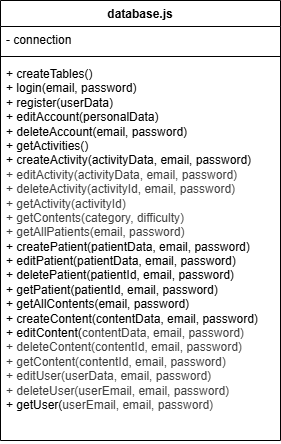
Fix-22/rehabrain-web keeps this draw.io diagram as docs/UML/rehabrain_componenti_server.png. Above is the earlier version. Source tidied: cells renumbered, new cells last; positions are measured from the earlier drawing's top-left corner, leaving out a move shared by most shapes.
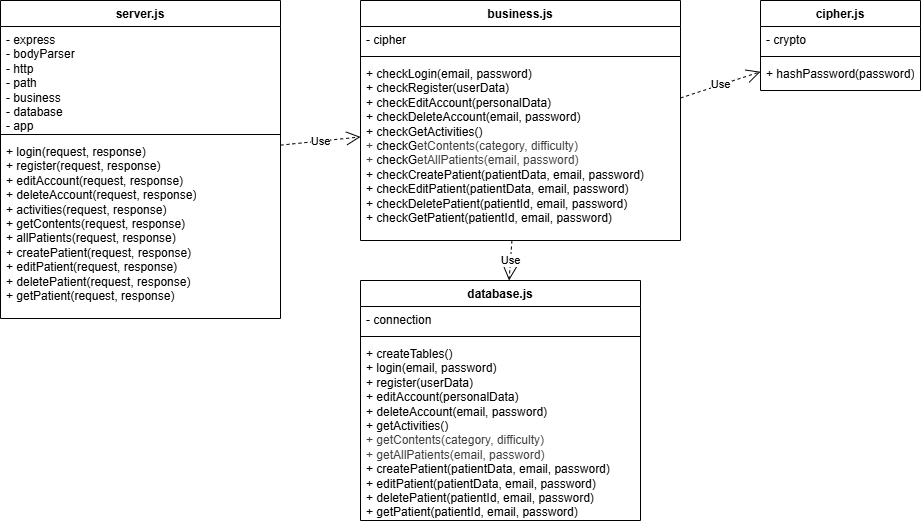
Above is the later version.

The edit, as a diff of the source:
```diff
@@ -3,7 +3,7 @@
     <mxCell id="0" />
     <mxCell id="1" parent="0" />
     <mxCell id="2" value="database.js" style="swimlane;fontStyle=1;align=center;verticalAlign=top;horizontal=1;startSize=26;whiteSpace=wrap;html=1;" parent="1" vertex="1">
-      <mxGeometry width="280" height="440" as="geometry" />
+      <mxGeometry width="280" height="240" as="geometry" />
     </mxCell>
     <mxCell id="3" value="- connection" style="text;strokeColor=none;fillColor=none;align=left;verticalAlign=top;spacingLeft=4;spacingRight=4;overflow=hidden;whiteSpace=wrap;html=1;" parent="2" vertex="1">
       <mxGeometry y="26" width="280" height="26" as="geometry" />
@@ -11,8 +11,53 @@
     <mxCell id="4" style="line;strokeWidth=1;fillColor=none;align=left;verticalAlign=middle;spacingTop=-1;spacingLeft=3;spacingRight=3;labelPosition=right;strokeColor=inherit;" parent="2" vertex="1">
       <mxGeometry y="52" width="280" height="8" as="geometry" />
     </mxCell>
-    <mxCell id="5" value="+ createTables()&lt;div&gt;+ login(email, password)&lt;/div&gt;&lt;div&gt;+ register(userData)&lt;/div&gt;&lt;div&gt;+ editAccount(personalData)&lt;/div&gt;&lt;div&gt;+ deleteAccount(email, password)&lt;/div&gt;&lt;div&gt;+ getActivities()&lt;/div&gt;&lt;div&gt;+ createActivity(activityData, email, password)&lt;/div&gt;&lt;div&gt;&lt;span style=&quot;color: rgb(63, 63, 63);&quot;&gt;+ editActivity(activityData, email, password)&lt;/span&gt;&lt;/div&gt;&lt;div&gt;&lt;span style=&quot;color: rgb(63, 63, 63);&quot;&gt;+ deleteActivity(activityId, email, password)&lt;/span&gt;&lt;/div&gt;&lt;div&gt;&lt;span style=&quot;color: rgb(63, 63, 63);&quot;&gt;+ getActivity(activityId)&lt;/span&gt;&lt;/div&gt;&lt;div&gt;&lt;span style=&quot;color: rgb(63, 63, 63);&quot;&gt;+ getContents(category, difficulty)&lt;/span&gt;&lt;/div&gt;&lt;div&gt;&lt;span style=&quot;color: rgb(63, 63, 63);&quot;&gt;+ getAllPatients(email, password)&lt;/span&gt;&lt;/div&gt;&lt;div&gt;+ createPatient(patientData, email, password)&lt;/div&gt;&lt;div&gt;+ editPatient(patientData, email, password)&lt;/div&gt;&lt;div&gt;+ deletePatient(patientId, email, password)&lt;/div&gt;&lt;div&gt;+ getPatient(patientId, email, password)&lt;/div&gt;&lt;div&gt;+ getAllContents(email, password)&lt;/div&gt;&lt;div&gt;+ createContent(contentData, email, password)&lt;/div&gt;&lt;div&gt;+ editContent(&lt;span style=&quot;color: rgb(63, 63, 63); background-color: transparent;&quot;&gt;contentData, email, password)&lt;/span&gt;&lt;/div&gt;&lt;div&gt;&lt;span style=&quot;color: rgb(63, 63, 63); background-color: transparent;&quot;&gt;+ deleteContent(contentId, email, password)&lt;/span&gt;&lt;/div&gt;&lt;div&gt;&lt;span style=&quot;color: rgb(63, 63, 63); background-color: transparent;&quot;&gt;+ getContent(contentId, email, password)&lt;/span&gt;&lt;/div&gt;&lt;div&gt;&lt;span style=&quot;color: rgb(63, 63, 63); background-color: transparent;&quot;&gt;+ editUser(userData, email, password)&lt;/span&gt;&lt;/div&gt;&lt;div&gt;&lt;span style=&quot;color: rgb(63, 63, 63); background-color: transparent;&quot;&gt;+ deleteUser(userEmail, email, password)&lt;/span&gt;&lt;/div&gt;&lt;div&gt;+ getUser(&lt;span style=&quot;color: rgb(63, 63, 63); background-color: transparent;&quot;&gt;userEmail, email, password)&lt;/span&gt;&lt;/div&gt;" style="text;strokeColor=none;fillColor=none;align=left;verticalAlign=top;spacingLeft=4;spacingRight=4;overflow=hidden;whiteSpace=wrap;html=1;" parent="2" vertex="1">
-      <mxGeometry y="60" width="280" height="380" as="geometry" />
-    </mxCell>
+    <mxCell id="6" value="+ createTables()&lt;div&gt;&lt;div&gt;+ login(email, password)&lt;/div&gt;&lt;div&gt;+ register(userData)&lt;/div&gt;&lt;div&gt;+ editAccount(personalData)&lt;/div&gt;&lt;div&gt;+ deleteAccount(email, password)&lt;/div&gt;&lt;div&gt;+ getActivities()&lt;/div&gt;&lt;div&gt;&lt;span style=&quot;color: rgb(63, 63, 63);&quot;&gt;+ getContents(category, difficulty)&lt;/span&gt;&lt;/div&gt;&lt;div&gt;&lt;span style=&quot;color: rgb(63, 63, 63);&quot;&gt;+ getAllPatients(email, password)&lt;/span&gt;&lt;/div&gt;&lt;div&gt;+ createPatient(patientData, email, password)&lt;/div&gt;&lt;div&gt;+ editPatient(patientData, email, password)&lt;/div&gt;&lt;div&gt;+ deletePatient(patientId, email, password)&lt;/div&gt;&lt;div&gt;+ getPatient(patientId, email, password)&lt;/div&gt;&lt;/div&gt;" style="text;strokeColor=none;fillColor=none;align=left;verticalAlign=top;spacingLeft=4;spacingRight=4;overflow=hidden;whiteSpace=wrap;html=1;" parent="2" vertex="1">
+      <mxGeometry y="60" width="280" height="180" as="geometry" />
+    </mxCell>
+    <mxCell id="7" value="Use" style="edgeStyle=none;shape=connector;rounded=0;jettySize=auto;html=1;dashed=1;strokeColor=default;align=center;verticalAlign=middle;fontFamily=Helvetica;fontSize=11;fontColor=default;labelBackgroundColor=default;endArrow=open;endSize=12;" parent="1" edge="1" source="12" target="2">
+      <mxGeometry relative="1" as="geometry" />
+    </mxCell>
+    <mxCell id="8" value="server.js" style="swimlane;fontStyle=1;align=center;verticalAlign=top;horizontal=1;startSize=26;whiteSpace=wrap;html=1;" parent="1" vertex="1">
+      <mxGeometry x="-360" y="-280" width="280" height="318" as="geometry" />
+    </mxCell>
+    <mxCell id="9" value="- express&lt;div&gt;- bodyParser&lt;/div&gt;&lt;div&gt;- http&lt;/div&gt;&lt;div&gt;- path&lt;/div&gt;&lt;div&gt;- business&lt;/div&gt;&lt;div&gt;- database&lt;/div&gt;&lt;div&gt;- app&lt;/div&gt;" style="text;strokeColor=none;fillColor=none;align=left;verticalAlign=top;spacingLeft=4;spacingRight=4;overflow=hidden;whiteSpace=wrap;html=1;" parent="8" vertex="1">
+      <mxGeometry y="26" width="280" height="104" as="geometry" />
+    </mxCell>
+    <mxCell id="10" style="line;strokeWidth=1;fillColor=none;align=left;verticalAlign=middle;spacingTop=-1;spacingLeft=3;spacingRight=3;labelPosition=right;strokeColor=inherit;" parent="8" vertex="1">
+      <mxGeometry y="130" width="280" height="8" as="geometry" />
+    </mxCell>
+    <mxCell id="11" value="+ login(request, response)&lt;div&gt;+ register(request, response)&lt;/div&gt;&lt;div&gt;+ editAccount(request, response)&lt;/div&gt;&lt;div&gt;+ deleteAccount(request, response)&lt;/div&gt;&lt;div&gt;+ activities(request, response)&lt;/div&gt;&lt;div&gt;+ getContents(request, response)&lt;/div&gt;&lt;div&gt;+ allPatients(request, response)&lt;/div&gt;&lt;div&gt;+ createPatient(request, response)&lt;/div&gt;&lt;div&gt;+ editPatient(request, response)&lt;/div&gt;&lt;div&gt;+ deletePatient(request, response)&lt;/div&gt;&lt;div&gt;+ getPatient(request, response)&lt;/div&gt;" style="text;strokeColor=none;fillColor=none;align=left;verticalAlign=top;spacingLeft=4;spacingRight=4;overflow=hidden;whiteSpace=wrap;html=1;" parent="8" vertex="1">
+      <mxGeometry y="138" width="280" height="180" as="geometry" />
+    </mxCell>
+    <mxCell id="12" value="business.js" style="swimlane;fontStyle=1;align=center;verticalAlign=top;horizontal=1;startSize=26;whiteSpace=wrap;html=1;" parent="1" vertex="1">
+      <mxGeometry y="-280" width="320" height="240" as="geometry" />
+    </mxCell>
+    <mxCell id="13" value="- cipher" style="text;strokeColor=none;fillColor=none;align=left;verticalAlign=top;spacingLeft=4;spacingRight=4;overflow=hidden;whiteSpace=wrap;html=1;" parent="12" vertex="1">
+      <mxGeometry y="26" width="320" height="26" as="geometry" />
+    </mxCell>
+    <mxCell id="14" style="line;strokeWidth=1;fillColor=none;align=left;verticalAlign=middle;spacingTop=-1;spacingLeft=3;spacingRight=3;labelPosition=right;strokeColor=inherit;" parent="12" vertex="1">
+      <mxGeometry y="52" width="320" height="8" as="geometry" />
+    </mxCell>
+    <mxCell id="15" value="&lt;span style=&quot;color: light-dark(rgb(0, 0, 0), rgb(255, 255, 255)); background-color: transparent;&quot;&gt;+ checkLogin(email, password)&lt;/span&gt;&lt;div&gt;&lt;div&gt;+ checkRegister(userData)&lt;/div&gt;&lt;div&gt;+&amp;nbsp;&lt;span style=&quot;background-color: transparent; color: light-dark(rgb(0, 0, 0), rgb(255, 255, 255));&quot;&gt;checkE&lt;/span&gt;&lt;span style=&quot;background-color: transparent; color: light-dark(rgb(0, 0, 0), rgb(255, 255, 255));&quot;&gt;ditAccount(personalData)&lt;/span&gt;&lt;/div&gt;&lt;div&gt;+&amp;nbsp;&lt;span style=&quot;background-color: transparent; color: light-dark(rgb(0, 0, 0), rgb(255, 255, 255));&quot;&gt;checkD&lt;/span&gt;&lt;span style=&quot;background-color: transparent; color: light-dark(rgb(0, 0, 0), rgb(255, 255, 255));&quot;&gt;eleteAccount(email, password)&lt;/span&gt;&lt;/div&gt;&lt;div&gt;+&amp;nbsp;&lt;span style=&quot;background-color: transparent; color: light-dark(rgb(0, 0, 0), rgb(255, 255, 255));&quot;&gt;checkG&lt;/span&gt;&lt;span style=&quot;background-color: transparent; color: light-dark(rgb(0, 0, 0), rgb(255, 255, 255));&quot;&gt;etActivities()&lt;/span&gt;&lt;/div&gt;&lt;div&gt;&lt;span style=&quot;color: rgb(63, 63, 63);&quot;&gt;+&amp;nbsp;&lt;/span&gt;&lt;span style=&quot;background-color: transparent; color: light-dark(rgb(0, 0, 0), rgb(255, 255, 255));&quot;&gt;checkG&lt;/span&gt;&lt;span style=&quot;color: rgb(63, 63, 63); background-color: transparent;&quot;&gt;etContents(category, difficulty)&lt;/span&gt;&lt;/div&gt;&lt;div&gt;&lt;span style=&quot;color: rgb(63, 63, 63);&quot;&gt;+&amp;nbsp;&lt;/span&gt;&lt;span style=&quot;background-color: transparent; color: light-dark(rgb(0, 0, 0), rgb(255, 255, 255));&quot;&gt;checkG&lt;/span&gt;&lt;span style=&quot;color: rgb(63, 63, 63); background-color: transparent;&quot;&gt;etAllPatients(email, password)&lt;/span&gt;&lt;/div&gt;&lt;div&gt;+&amp;nbsp;&lt;span style=&quot;background-color: transparent; color: light-dark(rgb(0, 0, 0), rgb(255, 255, 255));&quot;&gt;checkC&lt;/span&gt;&lt;span style=&quot;background-color: transparent; color: light-dark(rgb(0, 0, 0), rgb(255, 255, 255));&quot;&gt;reatePatient(patientData, email, password)&lt;/span&gt;&lt;/div&gt;&lt;div&gt;+&amp;nbsp;&lt;span style=&quot;background-color: transparent; color: light-dark(rgb(0, 0, 0), rgb(255, 255, 255));&quot;&gt;checkE&lt;/span&gt;&lt;span style=&quot;background-color: transparent; color: light-dark(rgb(0, 0, 0), rgb(255, 255, 255));&quot;&gt;ditPatient(patientData, email, password)&lt;/span&gt;&lt;/div&gt;&lt;div&gt;+&amp;nbsp;&lt;span style=&quot;background-color: transparent; color: light-dark(rgb(0, 0, 0), rgb(255, 255, 255));&quot;&gt;checkD&lt;/span&gt;&lt;span style=&quot;background-color: transparent; color: light-dark(rgb(0, 0, 0), rgb(255, 255, 255));&quot;&gt;eletePatient(patientId, email, password)&lt;/span&gt;&lt;/div&gt;&lt;div&gt;+&amp;nbsp;&lt;span style=&quot;background-color: transparent; color: light-dark(rgb(0, 0, 0), rgb(255, 255, 255));&quot;&gt;checkG&lt;/span&gt;&lt;span style=&quot;background-color: transparent; color: light-dark(rgb(0, 0, 0), rgb(255, 255, 255));&quot;&gt;etPatient(patientId, email, password)&lt;/span&gt;&lt;/div&gt;&lt;/div&gt;" style="text;strokeColor=none;fillColor=none;align=left;verticalAlign=top;spacingLeft=4;spacingRight=4;overflow=hidden;points=[[0,0.5],[1,0.5]];portConstraint=eastwest;whiteSpace=wrap;html=1;" parent="12" vertex="1">
+      <mxGeometry y="60" width="320" height="180" as="geometry" />
+    </mxCell>
+    <mxCell id="16" value="Use" style="endArrow=open;endSize=12;dashed=1;html=1;rounded=0;" parent="1" edge="1" source="8" target="12">
+      <mxGeometry relative="1" as="geometry" />
+    </mxCell>
+    <mxCell id="17" value="cipher.js" style="swimlane;fontStyle=1;align=center;verticalAlign=top;horizontal=1;startSize=26;whiteSpace=wrap;html=1;" parent="1" vertex="1">
+      <mxGeometry x="400" y="-280" width="160" height="90" as="geometry" />
+    </mxCell>
+    <mxCell id="18" value="- crypto" style="text;strokeColor=none;fillColor=none;align=left;verticalAlign=top;spacingLeft=4;spacingRight=4;overflow=hidden;whiteSpace=wrap;html=1;" parent="17" vertex="1">
+      <mxGeometry y="26" width="160" height="26" as="geometry" />
+    </mxCell>
+    <mxCell id="19" style="line;strokeWidth=1;fillColor=none;align=left;verticalAlign=middle;spacingTop=-1;spacingLeft=3;spacingRight=3;labelPosition=right;strokeColor=inherit;" parent="17" vertex="1">
+      <mxGeometry y="52" width="160" height="8" as="geometry" />
+    </mxCell>
+    <mxCell id="20" value="+ hashPassword(password)" style="text;strokeColor=none;fillColor=none;align=left;verticalAlign=top;spacingLeft=4;spacingRight=4;overflow=hidden;whiteSpace=wrap;html=1;" parent="17" vertex="1">
+      <mxGeometry y="60" width="160" height="30" as="geometry" />
+    </mxCell>
+    <mxCell id="21" value="Use" style="edgeStyle=none;shape=connector;rounded=0;jettySize=auto;html=1;dashed=1;strokeColor=default;align=center;verticalAlign=middle;fontFamily=Helvetica;fontSize=11;fontColor=default;labelBackgroundColor=default;endArrow=open;endSize=12;" parent="1" edge="1" source="15" target="17">
+      <mxGeometry relative="1" as="geometry" />
+    </mxCell>
   </root>
 </mxGraphModel>
```
